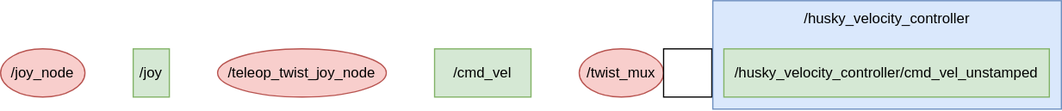
Above: Figures/draw.io/sipleRqtHusky.drawio.svg in didriknr/Master-thesis-Didrik-Robsrud (draw.io), before the change. Source tidied: cells renumbered, new cells last; positions are measured from the earlier drawing's top-left corner, leaving out a move shared by most shapes. Source of this version:
```xml
<mxGraphModel>
  <root>
    <mxCell id="0" />
    <mxCell id="1" parent="0" />
    <mxCell id="2" value="/joy_node" style="ellipse;whiteSpace=wrap;html=1;fillColor=#f8cecc;strokeColor=#b85450;" parent="1" vertex="1">
      <mxGeometry y="40" width="70" height="40" as="geometry" />
    </mxCell>
    <mxCell id="3" value="/joy" style="rounded=0;whiteSpace=wrap;html=1;fillColor=#d5e8d4;strokeColor=#82b366;" parent="1" vertex="1">
      <mxGeometry x="110" y="40" width="30" height="40" as="geometry" />
    </mxCell>
    <mxCell id="4" value="/teleop_twist_joy_node" style="ellipse;whiteSpace=wrap;html=1;fillColor=#f8cecc;strokeColor=#b85450;" parent="1" vertex="1">
      <mxGeometry x="180" y="40" width="140" height="40" as="geometry" />
    </mxCell>
    <mxCell id="5" value="/cmd_vel" style="rounded=0;whiteSpace=wrap;html=1;fillColor=#d5e8d4;strokeColor=#82b366;" parent="1" vertex="1">
      <mxGeometry x="360" y="40" width="80" height="40" as="geometry" />
    </mxCell>
    <mxCell id="6" value="/twist_mux" style="ellipse;whiteSpace=wrap;html=1;fillColor=#f8cecc;strokeColor=#b85450;" parent="1" vertex="1">
      <mxGeometry x="480" y="40" width="70" height="40" as="geometry" />
    </mxCell>
    <mxCell id="7" style="rounded=0;whiteSpace=wrap;html=1;" parent="1" vertex="1">
      <mxGeometry x="550" y="40" width="40" height="40" as="geometry" />
    </mxCell>
    <mxCell id="8" style="rounded=0;whiteSpace=wrap;html=1;fillColor=#dae8fc;strokeColor=#6c8ebf;align=center;" parent="1" vertex="1">
      <mxGeometry x="590.8" width="289.2" height="90" as="geometry" />
    </mxCell>
    <mxCell id="9" value="/husky_velocity_controller" style="text;html=1;align=center;verticalAlign=middle;strokeColor=none;fillColor=none;" parent="1" vertex="1">
      <mxGeometry x="655" width="160" height="30" as="geometry" />
    </mxCell>
    <mxCell id="10" value="/husky_velocity_controller/cmd_vel_unstamped" style="rounded=0;whiteSpace=wrap;html=1;fillColor=#d5e8d4;strokeColor=#82b366;" parent="1" vertex="1">
      <mxGeometry x="600" y="40" width="270" height="40" as="geometry" />
    </mxCell>
  </root>
</mxGraphModel>
```
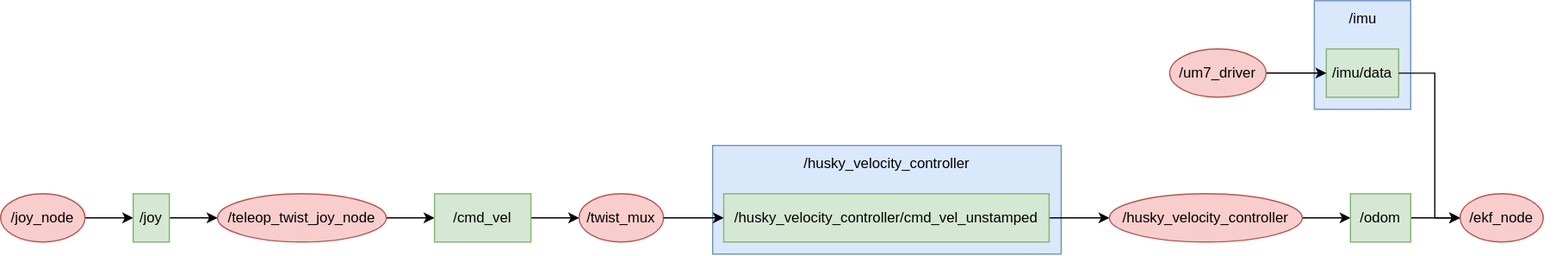
Above is the later version.

Change to the diagram source:
```diff
@@ -2,32 +2,88 @@
   <root>
     <mxCell id="0" />
     <mxCell id="1" parent="0" />
+    <mxCell id="11" style="edgeStyle=orthogonalEdgeStyle;rounded=0;jettySize=auto;html=1;entryX=0;entryY=0.5;entryDx=0;entryDy=0;" parent="1" edge="1" source="2" target="3">
+      <mxGeometry relative="1" as="geometry" />
+    </mxCell>
     <mxCell id="2" value="/joy_node" style="ellipse;whiteSpace=wrap;html=1;fillColor=#f8cecc;strokeColor=#b85450;" parent="1" vertex="1">
       <mxGeometry y="40" width="70" height="40" as="geometry" />
     </mxCell>
+    <mxCell id="12" style="edgeStyle=orthogonalEdgeStyle;rounded=0;jettySize=auto;html=1;" parent="1" edge="1" source="3" target="4">
+      <mxGeometry relative="1" as="geometry" />
+    </mxCell>
     <mxCell id="3" value="/joy" style="rounded=0;whiteSpace=wrap;html=1;fillColor=#d5e8d4;strokeColor=#82b366;" parent="1" vertex="1">
       <mxGeometry x="110" y="40" width="30" height="40" as="geometry" />
     </mxCell>
+    <mxCell id="13" style="edgeStyle=orthogonalEdgeStyle;rounded=0;jettySize=auto;html=1;" parent="1" edge="1" source="4" target="5">
+      <mxGeometry relative="1" as="geometry" />
+    </mxCell>
     <mxCell id="4" value="/teleop_twist_joy_node" style="ellipse;whiteSpace=wrap;html=1;fillColor=#f8cecc;strokeColor=#b85450;" parent="1" vertex="1">
       <mxGeometry x="180" y="40" width="140" height="40" as="geometry" />
     </mxCell>
+    <mxCell id="14" style="edgeStyle=orthogonalEdgeStyle;rounded=0;jettySize=auto;html=1;" parent="1" edge="1" source="5" target="6">
+      <mxGeometry relative="1" as="geometry" />
+    </mxCell>
     <mxCell id="5" value="/cmd_vel" style="rounded=0;whiteSpace=wrap;html=1;fillColor=#d5e8d4;strokeColor=#82b366;" parent="1" vertex="1">
       <mxGeometry x="360" y="40" width="80" height="40" as="geometry" />
     </mxCell>
     <mxCell id="6" value="/twist_mux" style="ellipse;whiteSpace=wrap;html=1;fillColor=#f8cecc;strokeColor=#b85450;" parent="1" vertex="1">
       <mxGeometry x="480" y="40" width="70" height="40" as="geometry" />
     </mxCell>
-    <mxCell id="7" style="rounded=0;whiteSpace=wrap;html=1;" parent="1" vertex="1">
-      <mxGeometry x="550" y="40" width="40" height="40" as="geometry" />
-    </mxCell>
     <mxCell id="8" style="rounded=0;whiteSpace=wrap;html=1;fillColor=#dae8fc;strokeColor=#6c8ebf;align=center;" parent="1" vertex="1">
       <mxGeometry x="590.8" width="289.2" height="90" as="geometry" />
     </mxCell>
     <mxCell id="9" value="/husky_velocity_controller" style="text;html=1;align=center;verticalAlign=middle;strokeColor=none;fillColor=none;" parent="1" vertex="1">
       <mxGeometry x="655" width="160" height="30" as="geometry" />
     </mxCell>
+    <mxCell id="15" style="edgeStyle=orthogonalEdgeStyle;rounded=0;jettySize=auto;html=1;" parent="1" edge="1" source="10" target="17">
+      <mxGeometry relative="1" as="geometry" />
+    </mxCell>
     <mxCell id="10" value="/husky_velocity_controller/cmd_vel_unstamped" style="rounded=0;whiteSpace=wrap;html=1;fillColor=#d5e8d4;strokeColor=#82b366;" parent="1" vertex="1">
       <mxGeometry x="600" y="40" width="270" height="40" as="geometry" />
     </mxCell>
+    <mxCell id="16" style="edgeStyle=orthogonalEdgeStyle;rounded=0;jettySize=auto;html=1;" parent="1" edge="1" source="17" target="19">
+      <mxGeometry relative="1" as="geometry" />
+    </mxCell>
+    <mxCell id="17" value="/husky_velocity_controller" style="ellipse;whiteSpace=wrap;html=1;fillColor=#f8cecc;strokeColor=#b85450;" parent="1" vertex="1">
+      <mxGeometry x="920" y="40" width="160" height="40" as="geometry" />
+    </mxCell>
+    <mxCell id="18" style="edgeStyle=orthogonalEdgeStyle;rounded=0;jettySize=auto;html=1;" parent="1" edge="1" source="19" target="26">
+      <mxGeometry relative="1" as="geometry" />
+    </mxCell>
+    <mxCell id="19" value="/odom" style="rounded=0;whiteSpace=wrap;html=1;fillColor=#d5e8d4;strokeColor=#82b366;" parent="1" vertex="1">
+      <mxGeometry x="1120" y="40" width="50" height="40" as="geometry" />
+    </mxCell>
+    <mxCell id="20" style="group;" parent="1" vertex="1">
+      <mxGeometry x="940" y="-90" width="360" height="90" as="geometry" />
+    </mxCell>
+    <mxCell id="21" style="rounded=0;whiteSpace=wrap;html=1;fillColor=#dae8fc;strokeColor=#6c8ebf;align=center;" parent="20" vertex="1">
+      <mxGeometry x="150" y="-30" width="80" height="90" as="geometry" />
+    </mxCell>
+    <mxCell id="22" value="/imu/data" style="rounded=0;whiteSpace=wrap;html=1;fillColor=#d5e8d4;strokeColor=#82b366;" parent="20" vertex="1">
+      <mxGeometry x="160" y="10" width="60" height="40" as="geometry" />
+    </mxCell>
+    <mxCell id="23" style="edgeStyle=orthogonalEdgeStyle;rounded=0;jettySize=auto;html=1;entryX=0;entryY=0.5;entryDx=0;entryDy=0;" parent="1" edge="1" source="24" target="22">
+      <mxGeometry relative="1" as="geometry" />
+    </mxCell>
+    <mxCell id="24" value="/um7_driver" style="ellipse;whiteSpace=wrap;html=1;fillColor=#f8cecc;strokeColor=#b85450;" parent="1" vertex="1">
+      <mxGeometry x="970" y="-80" width="80" height="40" as="geometry" />
+    </mxCell>
+    <mxCell id="25" value="/imu" style="text;html=1;align=center;verticalAlign=middle;strokeColor=none;fillColor=none;" parent="1" vertex="1">
+      <mxGeometry x="1105" y="-120" width="50" height="30" as="geometry" />
+    </mxCell>
+    <mxCell id="26" value="/ekf_node" style="ellipse;whiteSpace=wrap;html=1;fillColor=#f8cecc;strokeColor=#b85450;" parent="1" vertex="1">
+      <mxGeometry x="1211" y="40" width="69" height="40" as="geometry" />
+    </mxCell>
+    <mxCell id="27" style="edgeStyle=orthogonalEdgeStyle;rounded=0;jettySize=auto;html=1;entryX=0;entryY=0.5;entryDx=0;entryDy=0;" parent="1" edge="1" source="22" target="26">
+      <mxGeometry relative="1" as="geometry">
+        <Array as="points">
+          <mxPoint x="1190" y="-60" />
+          <mxPoint x="1190" y="60" />
+        </Array>
+      </mxGeometry>
+    </mxCell>
+    <mxCell id="28" style="edgeStyle=orthogonalEdgeStyle;rounded=0;jettySize=auto;html=1;" parent="1" edge="1" source="6" target="10">
+      <mxGeometry relative="1" as="geometry" />
+    </mxCell>
   </root>
 </mxGraphModel>
```
